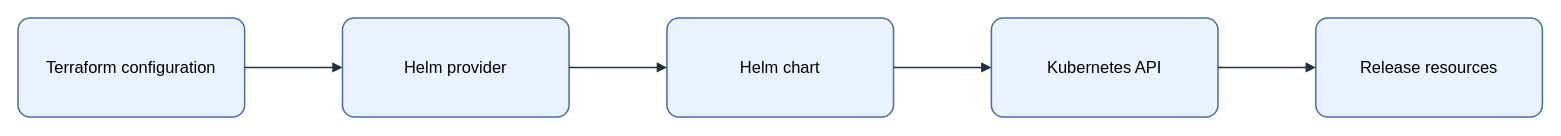
KKamJi98/kkamji98.github.io keeps this draw.io diagram as assets/img/iac/terraform-helm-provider-flow.drawio. Above is the earlier version. Source tidied: cells renumbered, new cells numbered last; positions are measured from the earlier drawing's top-left corner, leaving out a move shared by most shapes. Both pictures are drawn from the tidied source at 103%, with x=0, y=0 at pixel (18, 18).
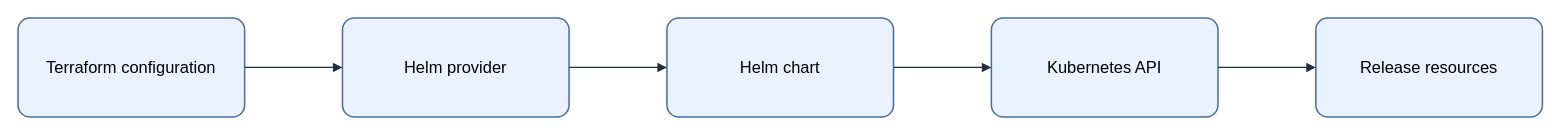
After the change.

What changed in the source:
```diff
@@
 <mxGraphModel background="#FFFFFF">
   <root>
     <mxCell id="0" />
     <mxCell id="1" parent="0" />
-    <mxCell id="2" value="&lt;font style=&quot;color: rgb(0, 0, 0);&quot;&gt;Terraform configuration&lt;/font&gt;" style="rounded=1;arcSize=12;whiteSpace=wrap;html=1;fillColor=#EAF2FF;strokeColor=#4A6FA5;strokeWidth=1.5;fontColor=#000000;fontSize=16;align=center;verticalAlign=middle;spacing=8;shadow=0;" parent="1" vertex="1">
+    <mxCell id="2" value="Terraform configuration" style="rounded=1;arcSize=12;whiteSpace=wrap;html=0;fillColor=#EAF2FF;strokeColor=#4A6FA5;strokeWidth=1.5;fontColor=#000000;fontSize=16;align=center;verticalAlign=middle;spacing=8;shadow=0;" parent="1" vertex="1">
       <mxGeometry width="220" height="96" as="geometry" />
     </mxCell>
-    <mxCell id="3" value="&lt;font style=&quot;color: rgb(0, 0, 0);&quot;&gt;Helm provider&lt;/font&gt;" style="rounded=1;arcSize=12;whiteSpace=wrap;html=1;fillColor=#EAF2FF;strokeColor=#4A6FA5;strokeWidth=1.5;fontColor=#000000;fontSize=16;align=center;verticalAlign=middle;spacing=8;shadow=0;" parent="1" vertex="1">
+    <mxCell id="3" value="Helm provider" style="rounded=1;arcSize=12;whiteSpace=wrap;html=0;fillColor=#EAF2FF;strokeColor=#4A6FA5;strokeWidth=1.5;fontColor=#000000;fontSize=16;align=center;verticalAlign=middle;spacing=8;shadow=0;" parent="1" vertex="1">
       <mxGeometry x="315" width="220" height="96" as="geometry" />
     </mxCell>
-    <mxCell id="4" value="&lt;font style=&quot;color: rgb(0, 0, 0);&quot;&gt;Helm chart&lt;/font&gt;" style="rounded=1;arcSize=12;whiteSpace=wrap;html=1;fillColor=#EAF2FF;strokeColor=#4A6FA5;strokeWidth=1.5;fontColor=#000000;fontSize=16;align=center;verticalAlign=middle;spacing=8;shadow=0;" parent="1" vertex="1">
+    <mxCell id="4" value="Helm chart" style="rounded=1;arcSize=12;whiteSpace=wrap;html=0;fillColor=#EAF2FF;strokeColor=#4A6FA5;strokeWidth=1.5;fontColor=#000000;fontSize=16;align=center;verticalAlign=middle;spacing=8;shadow=0;" parent="1" vertex="1">
       <mxGeometry x="630" width="220" height="96" as="geometry" />
     </mxCell>
-    <mxCell id="5" value="&lt;font style=&quot;color: rgb(0, 0, 0);&quot;&gt;Kubernetes API&lt;/font&gt;" style="rounded=1;arcSize=12;whiteSpace=wrap;html=1;fillColor=#EAF2FF;strokeColor=#4A6FA5;strokeWidth=1.5;fontColor=#000000;fontSize=16;align=center;verticalAlign=middle;spacing=8;shadow=0;" parent="1" vertex="1">
+    <mxCell id="5" value="Kubernetes API" style="rounded=1;arcSize=12;whiteSpace=wrap;html=0;fillColor=#EAF2FF;strokeColor=#4A6FA5;strokeWidth=1.5;fontColor=#000000;fontSize=16;align=center;verticalAlign=middle;spacing=8;shadow=0;" parent="1" vertex="1">
       <mxGeometry x="945" width="220" height="96" as="geometry" />
     </mxCell>
-    <mxCell id="6" value="&lt;font style=&quot;color: rgb(0, 0, 0);&quot;&gt;Release resources&lt;/font&gt;" style="rounded=1;arcSize=12;whiteSpace=wrap;html=1;fillColor=#EAF2FF;strokeColor=#4A6FA5;strokeWidth=1.5;fontColor=#000000;fontSize=16;align=center;verticalAlign=middle;spacing=8;shadow=0;" parent="1" vertex="1">
+    <mxCell id="6" value="Release resources" style="rounded=1;arcSize=12;whiteSpace=wrap;html=0;fillColor=#EAF2FF;strokeColor=#4A6FA5;strokeWidth=1.5;fontColor=#000000;fontSize=16;align=center;verticalAlign=middle;spacing=8;shadow=0;" parent="1" vertex="1">
       <mxGeometry x="1260" width="220" height="96" as="geometry" />
     </mxCell>
-    <mxCell id="7" style="edgeStyle=orthogonalEdgeStyle;rounded=0;jettySize=auto;html=1;endArrow=block;endFill=1;strokeColor=#232F3E;strokeWidth=1.5;fontColor=#000000;labelBackgroundColor=none;exitX=1;exitY=0.5;exitDx=0;exitDy=0;entryX=0;entryY=0.5;entryDx=0;entryDy=0;" parent="1" edge="1" source="2" target="3">
+    <mxCell id="7" style="edgeStyle=orthogonalEdgeStyle;rounded=0;jettySize=auto;html=0;endArrow=block;endFill=1;strokeColor=#232F3E;strokeWidth=1.25;fontColor=#000000;labelBackgroundColor=none;exitX=1;exitY=0.5;exitDx=0;exitDy=0;entryX=0;entryY=0.5;entryDx=0;entryDy=0;" parent="1" edge="1" source="2" target="3">
       <mxGeometry relative="1" as="geometry" />
     </mxCell>
-    <mxCell id="8" style="edgeStyle=orthogonalEdgeStyle;rounded=0;jettySize=auto;html=1;endArrow=block;endFill=1;strokeColor=#232F3E;strokeWidth=1.5;fontColor=#000000;labelBackgroundColor=none;exitX=1;exitY=0.5;exitDx=0;exitDy=0;entryX=0;entryY=0.5;entryDx=0;entryDy=0;" parent="1" edge="1" source="3" target="4">
+    <mxCell id="8" style="edgeStyle=orthogonalEdgeStyle;rounded=0;jettySize=auto;html=0;endArrow=block;endFill=1;strokeColor=#232F3E;strokeWidth=1.25;fontColor=#000000;labelBackgroundColor=none;exitX=1;exitY=0.5;exitDx=0;exitDy=0;entryX=0;entryY=0.5;entryDx=0;entryDy=0;" parent="1" edge="1" source="3" target="4">
       <mxGeometry relative="1" as="geometry" />
     </mxCell>
-    <mxCell id="9" style="edgeStyle=orthogonalEdgeStyle;rounded=0;jettySize=auto;html=1;endArrow=block;endFill=1;strokeColor=#232F3E;strokeWidth=1.5;fontColor=#000000;labelBackgroundColor=none;exitX=1;exitY=0.5;exitDx=0;exitDy=0;entryX=0;entryY=0.5;entryDx=0;entryDy=0;" parent="1" edge="1" source="4" target="5">
+    <mxCell id="9" style="edgeStyle=orthogonalEdgeStyle;rounded=0;jettySize=auto;html=0;endArrow=block;endFill=1;strokeColor=#232F3E;strokeWidth=1.25;fontColor=#000000;labelBackgroundColor=none;exitX=1;exitY=0.5;exitDx=0;exitDy=0;entryX=0;entryY=0.5;entryDx=0;entryDy=0;" parent="1" edge="1" source="4" target="5">
       <mxGeometry relative="1" as="geometry" />
     </mxCell>
-    <mxCell id="10" style="edgeStyle=orthogonalEdgeStyle;rounded=0;jettySize=auto;html=1;endArrow=block;endFill=1;strokeColor=#232F3E;strokeWidth=1.5;fontColor=#000000;labelBackgroundColor=none;exitX=1;exitY=0.5;exitDx=0;exitDy=0;entryX=0;entryY=0.5;entryDx=0;entryDy=0;" parent="1" edge="1" source="5" target="6">
+    <mxCell id="10" style="edgeStyle=orthogonalEdgeStyle;rounded=0;jettySize=auto;html=0;endArrow=block;endFill=1;strokeColor=#232F3E;strokeWidth=1.25;fontColor=#000000;labelBackgroundColor=none;exitX=1;exitY=0.5;exitDx=0;exitDy=0;entryX=0;entryY=0.5;entryDx=0;entryDy=0;" parent="1" edge="1" source="5" target="6">
       <mxGeometry relative="1" as="geometry" />
     </mxCell>
   </root>
 </mxGraphModel>
```
